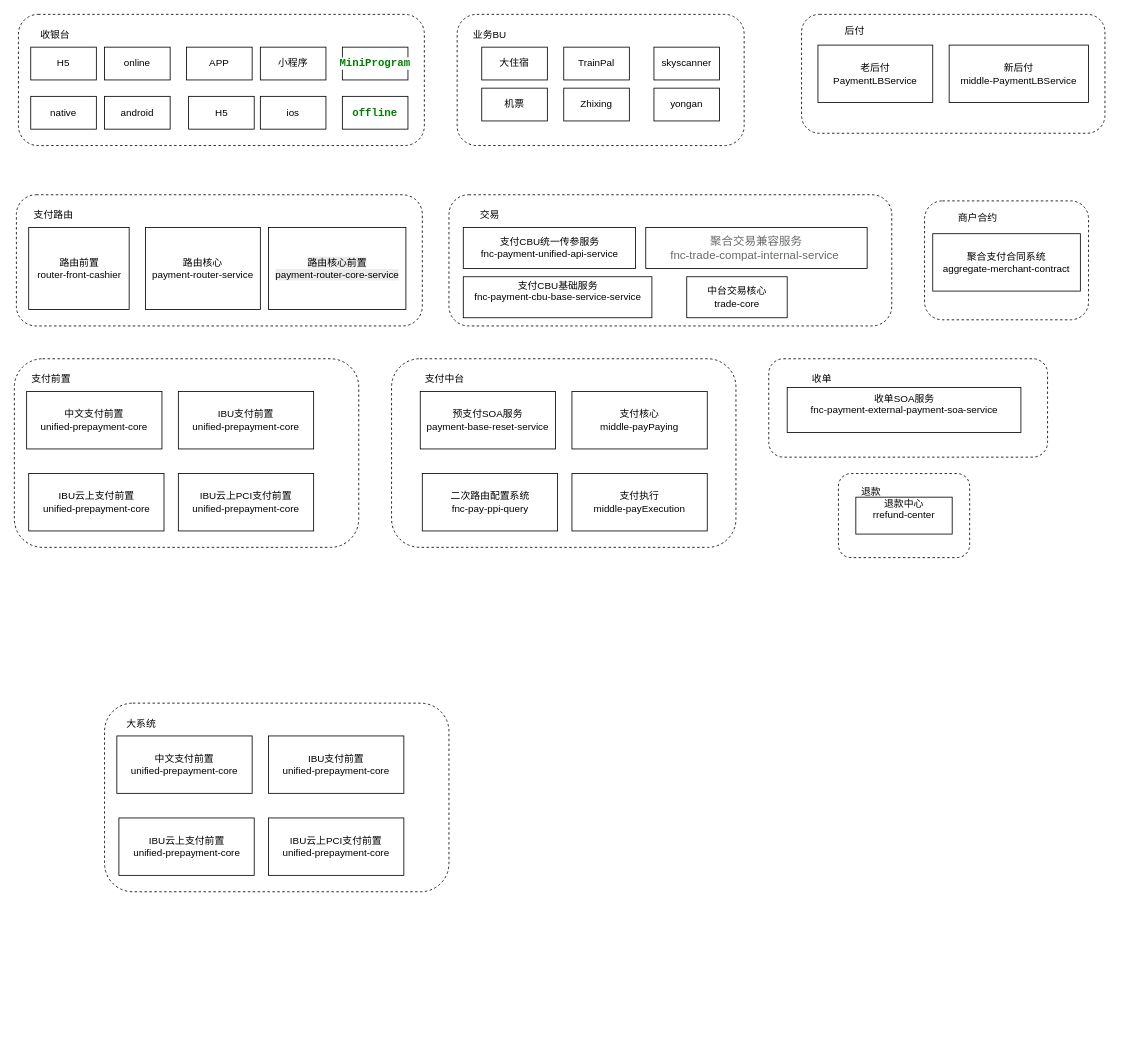
Earlier version of the draw.io diagram 携程金融.drawio (NeverMore93/draw). Source tidied: cells renumbered, new cells numbered last; positions are measured from the earlier drawing's top-left corner, leaving out a move shared by most shapes. Both pictures are drawn from the tidied source at 82%, with x=0, y=0 at pixel (14, 14).
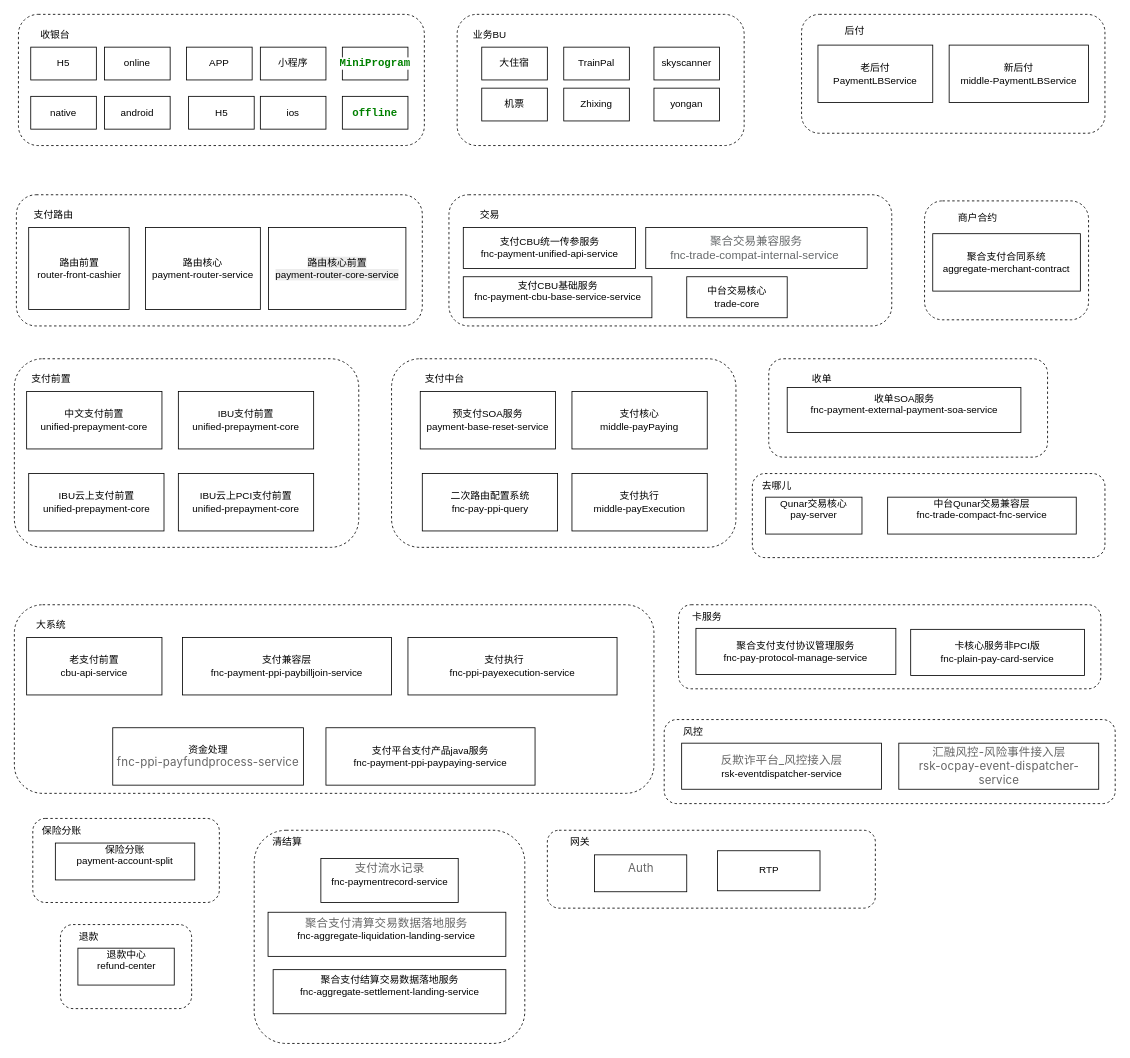
The same page after the edit.

The edit, as a diff of the source:
```diff
@@
     <mxCell id="55" style="rounded=1;whiteSpace=wrap;html=1;dashed=1;align=left;" parent="1" vertex="1">
-      <mxGeometry x="1005" y="560" width="160" height="102.5" as="geometry" />
+      <mxGeometry x="56.2" y="1110" width="160" height="102.5" as="geometry" />
     </mxCell>
     <mxCell id="56" value="退款" style="text;html=1;align=center;verticalAlign=middle;whiteSpace=wrap;rounded=0;" parent="1" vertex="1">
-      <mxGeometry x="1015" y="567.5" width="60" height="30" as="geometry" />
+      <mxGeometry x="61.2" y="1110" width="60" height="30" as="geometry" />
     </mxCell>
-    <mxCell id="57" value="&lt;div&gt;退款中心&lt;/div&gt;&lt;div&gt;rrefund-center&lt;/div&gt;&lt;div&gt;&lt;br&gt;&lt;/div&gt;" style="rounded=0;whiteSpace=wrap;html=1;" parent="1" vertex="1">
-      <mxGeometry x="1026.2" y="588.8" width="117.5" height="45" as="geometry" />
+    <mxCell id="57" value="&lt;div&gt;退款中心&lt;/div&gt;&lt;div&gt;refund-center&lt;/div&gt;&lt;div&gt;&lt;br&gt;&lt;/div&gt;" style="rounded=0;whiteSpace=wrap;html=1;" parent="1" vertex="1">
+      <mxGeometry x="77.5" y="1138.8" width="117.5" height="45" as="geometry" />
     </mxCell>
     <mxCell id="58" style="rounded=1;whiteSpace=wrap;html=1;dashed=1;align=left;" parent="1" vertex="1">
-      <mxGeometry x="110" y="840" width="420" height="230" as="geometry" />
+      <mxGeometry y="720" width="780" height="230" as="geometry" />
     </mxCell>
     <mxCell id="59" value="大系统" style="text;html=1;align=center;verticalAlign=middle;whiteSpace=wrap;rounded=0;" parent="1" vertex="1">
-      <mxGeometry x="125" y="850" width="60" height="30" as="geometry" />
+      <mxGeometry x="15" y="730" width="60" height="30" as="geometry" />
     </mxCell>
-    <mxCell id="60" value="中文支付前置&lt;div&gt;unified-prepayment-core&lt;br&gt;&lt;/div&gt;" style="rounded=0;whiteSpace=wrap;html=1;" parent="1" vertex="1">
-      <mxGeometry x="125" y="880" width="165" height="70" as="geometry" />
+    <mxCell id="60" value="老支付前置&lt;div&gt;cbu-api-service&lt;/div&gt;" style="rounded=0;whiteSpace=wrap;html=1;" parent="1" vertex="1">
+      <mxGeometry x="15" y="760" width="165" height="70" as="geometry" />
     </mxCell>
-    <mxCell id="61" value="IBU支付前置&lt;div&gt;unified-prepayment-core&lt;br&gt;&lt;/div&gt;" style="rounded=0;whiteSpace=wrap;html=1;" parent="1" vertex="1">
-      <mxGeometry x="310" y="880" width="165" height="70" as="geometry" />
+    <mxCell id="61" value="&lt;div&gt;支付兼容层&lt;/div&gt;&lt;div&gt;fnc-payment-ppi-paybilljoin-service&lt;br&gt;&lt;/div&gt;" style="rounded=0;whiteSpace=wrap;html=1;" parent="1" vertex="1">
+      <mxGeometry x="205" y="760" width="255" height="70" as="geometry" />
     </mxCell>
-    <mxCell id="62" value="IBU云上支付前置&lt;div&gt;unified-prepayment-core&lt;br&gt;&lt;/div&gt;" style="rounded=0;whiteSpace=wrap;html=1;" parent="1" vertex="1">
-      <mxGeometry x="127.5" y="980" width="165" height="70" as="geometry" />
+    <mxCell id="62" value="资金处理&lt;div&gt;&lt;span style=&quot;color: rgb(102, 102, 102); font-family: -apple-system, BlinkMacSystemFont, &amp;quot;Segoe UI&amp;quot;, Helvetica, Arial, sans-serif, &amp;quot;Apple Color Emoji&amp;quot;, &amp;quot;Segoe UI Emoji&amp;quot;; font-size: 14px; letter-spacing: 0.14994px; text-align: start; white-space-collapse: preserve; background-color: rgb(255, 255, 255);&quot;&gt;fnc-ppi-payfundprocess-service&lt;/span&gt;&lt;br&gt;&lt;/div&gt;" style="rounded=0;whiteSpace=wrap;html=1;" parent="1" vertex="1">
+      <mxGeometry x="120" y="870" width="232.5" height="70" as="geometry" />
     </mxCell>
-    <mxCell id="63" value="IBU云上PCI支付前置&lt;div&gt;unified-prepayment-core&lt;br&gt;&lt;/div&gt;" style="rounded=0;whiteSpace=wrap;html=1;" parent="1" vertex="1">
-      <mxGeometry x="310" y="980" width="165" height="70" as="geometry" />
-    </mxCell>
+    <mxCell id="64" value="&lt;div&gt;&lt;div&gt;支付平台支付产品java服务&lt;/div&gt;&lt;div&gt;fnc-payment-ppi-paypaying-service&lt;/div&gt;&lt;/div&gt;" style="rounded=0;whiteSpace=wrap;html=1;" parent="1" vertex="1">
+      <mxGeometry x="380" y="870" width="255" height="70" as="geometry" />
+    </mxCell>
+    <mxCell id="65" value="&lt;div&gt;支付执行&amp;nbsp; &amp;nbsp; &amp;nbsp;&amp;nbsp;&lt;/div&gt;&lt;div&gt;fnc-ppi-payexecution-service&lt;/div&gt;" style="rounded=0;whiteSpace=wrap;html=1;" parent="1" vertex="1">
+      <mxGeometry x="480" y="760" width="255" height="70" as="geometry" />
+    </mxCell>
+    <mxCell id="66" style="rounded=1;whiteSpace=wrap;html=1;dashed=1;align=left;" parent="1" vertex="1">
+      <mxGeometry x="900" y="560" width="430" height="102.5" as="geometry" />
+    </mxCell>
+    <mxCell id="67" value="去哪儿" style="text;html=1;align=center;verticalAlign=middle;whiteSpace=wrap;rounded=0;" parent="1" vertex="1">
+      <mxGeometry x="900" y="560" width="60" height="30" as="geometry" />
+    </mxCell>
+    <mxCell id="68" value="&lt;div&gt;Qunar交易核心&lt;/div&gt;&lt;div&gt;pay-server&lt;/div&gt;&lt;div&gt;&lt;br&gt;&lt;/div&gt;" style="rounded=0;whiteSpace=wrap;html=1;align=center;" parent="1" vertex="1">
+      <mxGeometry x="916.2" y="588.8" width="117.5" height="45" as="geometry" />
+    </mxCell>
+    <mxCell id="69" value="&lt;div&gt;中台Qunar交易兼容层&lt;/div&gt;&lt;div&gt;fnc-trade-compact-fnc-service&lt;/div&gt;&lt;div&gt;&lt;br&gt;&lt;/div&gt;" style="rounded=0;whiteSpace=wrap;html=1;align=center;" parent="1" vertex="1">
+      <mxGeometry x="1065" y="588.8" width="230" height="45" as="geometry" />
+    </mxCell>
+    <mxCell id="70" style="rounded=1;whiteSpace=wrap;html=1;dashed=1;align=left;" parent="1" vertex="1">
+      <mxGeometry x="22.5" y="980.6" width="227.5" height="102.5" as="geometry" />
+    </mxCell>
+    <mxCell id="71" value="保险分账" style="text;html=1;align=center;verticalAlign=middle;whiteSpace=wrap;rounded=0;" parent="1" vertex="1">
+      <mxGeometry x="27.5" y="980.6" width="60" height="30" as="geometry" />
+    </mxCell>
+    <mxCell id="72" value="&lt;div&gt;保险分账&lt;/div&gt;&lt;div&gt;payment-account-split&lt;/div&gt;&lt;div&gt;&lt;br&gt;&lt;/div&gt;" style="rounded=0;whiteSpace=wrap;html=1;" parent="1" vertex="1">
+      <mxGeometry x="50" y="1010.6" width="170" height="45" as="geometry" />
+    </mxCell>
+    <mxCell id="73" style="rounded=1;whiteSpace=wrap;html=1;dashed=1;align=left;" parent="1" vertex="1">
+      <mxGeometry x="292.5" y="995" width="330" height="260" as="geometry" />
+    </mxCell>
+    <mxCell id="74" value="清结算" style="text;html=1;align=center;verticalAlign=middle;whiteSpace=wrap;rounded=0;" parent="1" vertex="1">
+      <mxGeometry x="302.5" y="995" width="60" height="30" as="geometry" />
+    </mxCell>
+    <mxCell id="75" value="&lt;div&gt;&lt;span style=&quot;color: rgb(102, 102, 102); font-family: -apple-system, BlinkMacSystemFont, &amp;quot;Segoe UI&amp;quot;, Helvetica, Arial, sans-serif, &amp;quot;Apple Color Emoji&amp;quot;, &amp;quot;Segoe UI Emoji&amp;quot;; font-size: 14px; letter-spacing: 0.14994px; text-align: start; white-space-collapse: preserve; background-color: rgb(255, 255, 255);&quot;&gt;支付流水记录&lt;/span&gt;&lt;br&gt;&lt;/div&gt;&lt;div&gt;fnc-paymentrecord-service&lt;br&gt;&lt;/div&gt;&lt;div&gt;&lt;br&gt;&lt;/div&gt;" style="rounded=0;whiteSpace=wrap;html=1;" parent="1" vertex="1">
+      <mxGeometry x="373.8" y="1029.4" width="167.5" height="53.8" as="geometry" />
+    </mxCell>
+    <mxCell id="76" style="rounded=1;whiteSpace=wrap;html=1;dashed=1;align=left;" parent="1" vertex="1">
+      <mxGeometry x="810" y="720" width="515" height="102.5" as="geometry" />
+    </mxCell>
+    <mxCell id="77" value="卡服务" style="text;html=1;align=center;verticalAlign=middle;whiteSpace=wrap;rounded=0;" parent="1" vertex="1">
+      <mxGeometry x="815" y="720" width="60" height="30" as="geometry" />
+    </mxCell>
+    <mxCell id="78" value="&lt;div&gt;&lt;div&gt;聚合支付支付协议管理服务&lt;/div&gt;&lt;div&gt;fnc-pay-protocol-manage-service&lt;/div&gt;&lt;/div&gt;" style="rounded=0;whiteSpace=wrap;html=1;" parent="1" vertex="1">
+      <mxGeometry x="831.2" y="748.8" width="243.8" height="56.2" as="geometry" />
+    </mxCell>
+    <mxCell id="79" value="&lt;div style=&quot;&quot;&gt;&lt;span style=&quot;color: rgb(102, 102, 102); font-family: -apple-system, BlinkMacSystemFont, &amp;quot;Segoe UI&amp;quot;, Helvetica, Arial, sans-serif, &amp;quot;Apple Color Emoji&amp;quot;, &amp;quot;Segoe UI Emoji&amp;quot;; font-size: 14px; letter-spacing: 0.14994px; text-align: start; white-space-collapse: preserve; background-color: rgb(255, 255, 255);&quot;&gt;聚合支付清算交易数据落地服务&lt;/span&gt;&lt;br&gt;&lt;/div&gt;&lt;div&gt;fnc-aggregate-liquidation-landing-service&lt;br&gt;&lt;/div&gt;&lt;div&gt;&lt;br&gt;&lt;/div&gt;" style="rounded=0;whiteSpace=wrap;html=1;align=center;" parent="1" vertex="1">
+      <mxGeometry x="309.4" y="1095" width="290" height="53.8" as="geometry" />
+    </mxCell>
+    <mxCell id="80" value="&lt;div style=&quot;&quot;&gt;&lt;div&gt;聚合支付结算交易数据落地服务&lt;/div&gt;&lt;div&gt;fnc-aggregate-settlement-landing-service&lt;/div&gt;&lt;/div&gt;&lt;div&gt;&lt;br&gt;&lt;/div&gt;" style="rounded=0;whiteSpace=wrap;html=1;align=center;" parent="1" vertex="1">
+      <mxGeometry x="315.6" y="1165" width="283.8" height="53.8" as="geometry" />
+    </mxCell>
+    <mxCell id="81" value="&lt;div&gt;&lt;div&gt;卡核心服务非PCI版&lt;/div&gt;&lt;div&gt;fnc-plain-pay-card-service&lt;/div&gt;&lt;/div&gt;" style="rounded=0;whiteSpace=wrap;html=1;" parent="1" vertex="1">
+      <mxGeometry x="1093.1" y="750" width="211.9" height="56.2" as="geometry" />
+    </mxCell>
+    <mxCell id="82" style="rounded=1;whiteSpace=wrap;html=1;dashed=1;align=left;" parent="1" vertex="1">
+      <mxGeometry x="792.5" y="860" width="550" height="102.5" as="geometry" />
+    </mxCell>
+    <mxCell id="83" value="风控" style="text;html=1;align=center;verticalAlign=middle;whiteSpace=wrap;rounded=0;" parent="1" vertex="1">
+      <mxGeometry x="797.5" y="860" width="60" height="30" as="geometry" />
+    </mxCell>
+    <mxCell id="84" value="&lt;div&gt;&lt;span style=&quot;color: rgb(102, 102, 102); font-family: -apple-system, BlinkMacSystemFont, &amp;quot;Segoe UI&amp;quot;, Helvetica, Arial, sans-serif, &amp;quot;Apple Color Emoji&amp;quot;, &amp;quot;Segoe UI Emoji&amp;quot;; font-size: 14px; letter-spacing: 0.14994px; text-align: start; white-space-collapse: preserve; background-color: rgb(255, 255, 255);&quot;&gt;反欺诈平台_风控接入层&lt;/span&gt;&lt;br&gt;&lt;/div&gt;&lt;div&gt;rsk-eventdispatcher-service&lt;/div&gt;" style="rounded=0;whiteSpace=wrap;html=1;" parent="1" vertex="1">
+      <mxGeometry x="813.8" y="888.8" width="243.8" height="56.2" as="geometry" />
+    </mxCell>
+    <mxCell id="85" value="&lt;div style=&quot;&quot;&gt;&lt;span style=&quot;background-color: transparent; font-size: 14px; letter-spacing: 0.14994px; white-space-collapse: preserve;&quot;&gt;&lt;font face=&quot;-apple-system, BlinkMacSystemFont, Segoe UI, Helvetica, Arial, sans-serif, Apple Color Emoji, Segoe UI Emoji&quot; color=&quot;#666666&quot;&gt;汇融风控-风险事件接入层&lt;br&gt;rsk-ocpay-event-dispatcher-service&lt;/font&gt;&lt;/span&gt;&lt;/div&gt;" style="rounded=0;whiteSpace=wrap;html=1;align=center;" parent="1" vertex="1">
+      <mxGeometry x="1078.6" y="888.8" width="243.8" height="56.2" as="geometry" />
+    </mxCell>
+    <mxCell id="86" style="rounded=1;whiteSpace=wrap;html=1;dashed=1;align=left;" parent="1" vertex="1">
+      <mxGeometry x="650" y="995" width="400" height="95" as="geometry" />
+    </mxCell>
+    <mxCell id="87" value="网关" style="text;html=1;align=center;verticalAlign=middle;whiteSpace=wrap;rounded=0;" parent="1" vertex="1">
+      <mxGeometry x="660" y="995" width="60" height="30" as="geometry" />
+    </mxCell>
+    <mxCell id="88" value="&lt;div style=&quot;text-align: start;&quot;&gt;&lt;font face=&quot;-apple-system, BlinkMacSystemFont, Segoe UI, Helvetica, Arial, sans-serif, Apple Color Emoji, Segoe UI Emoji&quot; color=&quot;#666666&quot;&gt;&lt;span style=&quot;font-size: 14px; letter-spacing: 0.14994px; white-space-collapse: preserve; background-color: rgb(255, 255, 255);&quot;&gt;Auth&lt;/span&gt;&lt;/font&gt;&lt;/div&gt;&lt;div&gt;&lt;br&gt;&lt;/div&gt;" style="rounded=0;whiteSpace=wrap;html=1;" parent="1" vertex="1">
+      <mxGeometry x="707.5" y="1025" width="112.5" height="45" as="geometry" />
+    </mxCell>
+    <mxCell id="89" value="&lt;div style=&quot;&quot;&gt;&lt;div&gt;RTP&lt;/div&gt;&lt;/div&gt;" style="rounded=0;whiteSpace=wrap;html=1;align=center;" parent="1" vertex="1">
+      <mxGeometry x="857.5" y="1020" width="125" height="48.8" as="geometry" />
+    </mxCell>
```
